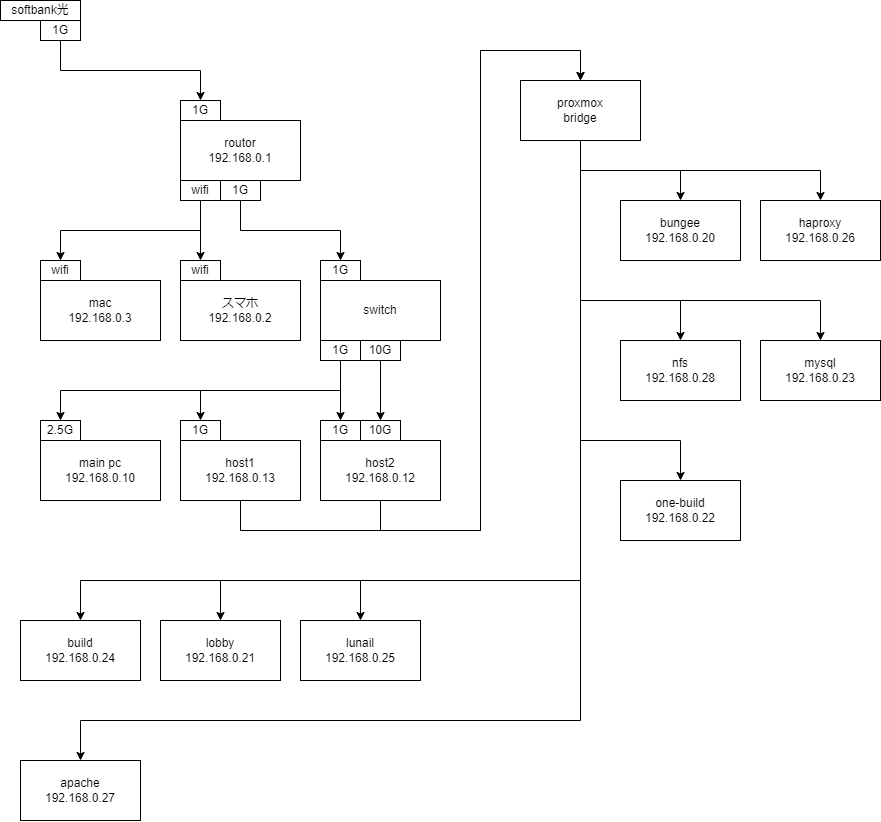
Before: config/ipConfig.drawio.png, a diagram exported from draw.io (kigawa01/kigawa01). Source tidied: cells renumbered, new cells last; positions are measured from the earlier drawing's top-left corner, leaving out a move shared by most shapes. Its diagram source:
```xml
<mxGraphModel>
  <root>
    <mxCell id="0" />
    <mxCell id="1" parent="0" />
    <mxCell id="2" style="group;" parent="1" vertex="1">
      <mxGeometry width="80" height="40" as="geometry" />
    </mxCell>
    <mxCell id="3" value="softbank光" style="rounded=0;whiteSpace=wrap;html=1;" parent="2" vertex="1">
      <mxGeometry width="80" height="20" as="geometry" />
    </mxCell>
    <mxCell id="4" value="1G" style="rounded=0;whiteSpace=wrap;html=1;" parent="2" vertex="1">
      <mxGeometry x="40" y="20" width="40" height="20" as="geometry" />
    </mxCell>
    <mxCell id="5" style="group;" parent="1" vertex="1">
      <mxGeometry x="320" y="260" width="120" height="100" as="geometry" />
    </mxCell>
    <mxCell id="6" value="1G" style="rounded=0;whiteSpace=wrap;html=1;" parent="5" vertex="1">
      <mxGeometry width="40" height="20" as="geometry" />
    </mxCell>
    <mxCell id="7" value="1G" style="rounded=0;whiteSpace=wrap;html=1;" parent="5" vertex="1">
      <mxGeometry y="80" width="40" height="20" as="geometry" />
    </mxCell>
    <mxCell id="8" value="10G" style="rounded=0;whiteSpace=wrap;html=1;" parent="5" vertex="1">
      <mxGeometry x="40" y="80" width="40" height="20" as="geometry" />
    </mxCell>
    <mxCell id="9" value="switch" style="rounded=0;whiteSpace=wrap;html=1;" parent="5" vertex="1">
      <mxGeometry y="20" width="120" height="60" as="geometry" />
    </mxCell>
    <mxCell id="10" style="group;" parent="1" vertex="1">
      <mxGeometry x="40" y="260" width="120" height="80" as="geometry" />
    </mxCell>
    <mxCell id="11" value="mac&lt;br&gt;192.168.0.3" style="rounded=0;whiteSpace=wrap;html=1;" parent="10" vertex="1">
      <mxGeometry y="20" width="120" height="60" as="geometry" />
    </mxCell>
    <mxCell id="12" value="wifi" style="rounded=0;whiteSpace=wrap;html=1;" parent="10" vertex="1">
      <mxGeometry width="40" height="20" as="geometry" />
    </mxCell>
    <mxCell id="13" style="group;" parent="1" vertex="1">
      <mxGeometry x="180" y="260" width="120" height="80" as="geometry" />
    </mxCell>
    <mxCell id="14" value="スマホ&lt;br&gt;192.168.0.2" style="rounded=0;whiteSpace=wrap;html=1;" parent="13" vertex="1">
      <mxGeometry y="20" width="120" height="60" as="geometry" />
    </mxCell>
    <mxCell id="15" value="wifi" style="rounded=0;whiteSpace=wrap;html=1;" parent="13" vertex="1">
      <mxGeometry width="40" height="20" as="geometry" />
    </mxCell>
    <mxCell id="16" style="group;" parent="1" vertex="1">
      <mxGeometry x="40" y="420" width="120" height="80" as="geometry" />
    </mxCell>
    <mxCell id="17" value="main pc&lt;br&gt;192.168.0.10" style="rounded=0;whiteSpace=wrap;html=1;" parent="16" vertex="1">
      <mxGeometry y="20" width="120" height="60" as="geometry" />
    </mxCell>
    <mxCell id="18" value="2.5G" style="rounded=0;whiteSpace=wrap;html=1;" parent="16" vertex="1">
      <mxGeometry width="40" height="20" as="geometry" />
    </mxCell>
    <mxCell id="19" style="group;" parent="1" vertex="1">
      <mxGeometry x="180" y="420" width="120" height="80" as="geometry" />
    </mxCell>
    <mxCell id="20" value="host1&lt;br&gt;192.168.0.13" style="rounded=0;whiteSpace=wrap;html=1;" parent="19" vertex="1">
      <mxGeometry y="20" width="120" height="60" as="geometry" />
    </mxCell>
    <mxCell id="21" value="1G" style="rounded=0;whiteSpace=wrap;html=1;" parent="19" vertex="1">
      <mxGeometry width="40" height="20" as="geometry" />
    </mxCell>
    <mxCell id="22" style="group;" parent="1" vertex="1">
      <mxGeometry x="320" y="420" width="120" height="80" as="geometry" />
    </mxCell>
    <mxCell id="23" value="host2&lt;br&gt;192.168.0.12" style="rounded=0;whiteSpace=wrap;html=1;" parent="22" vertex="1">
      <mxGeometry y="20" width="120" height="60" as="geometry" />
    </mxCell>
    <mxCell id="24" value="1G" style="rounded=0;whiteSpace=wrap;html=1;" parent="22" vertex="1">
      <mxGeometry width="40" height="20" as="geometry" />
    </mxCell>
    <mxCell id="25" value="10G" style="rounded=0;whiteSpace=wrap;html=1;" parent="22" vertex="1">
      <mxGeometry x="40" width="40" height="20" as="geometry" />
    </mxCell>
    <mxCell id="26" style="group;" parent="1" vertex="1">
      <mxGeometry x="180" y="100" width="120" height="100" as="geometry" />
    </mxCell>
    <mxCell id="27" value="1G" style="rounded=0;whiteSpace=wrap;html=1;" parent="26" vertex="1">
      <mxGeometry width="40" height="20" as="geometry" />
    </mxCell>
    <mxCell id="28" value="routor&lt;br&gt;192.168.0.1" style="rounded=0;whiteSpace=wrap;html=1;" parent="26" vertex="1">
      <mxGeometry y="20" width="120" height="60" as="geometry" />
    </mxCell>
    <mxCell id="29" value="wifi" style="rounded=0;whiteSpace=wrap;html=1;" parent="26" vertex="1">
      <mxGeometry y="80" width="40" height="20" as="geometry" />
    </mxCell>
    <mxCell id="30" value="1G" style="rounded=0;whiteSpace=wrap;html=1;" parent="26" vertex="1">
      <mxGeometry x="40" y="80" width="40" height="20" as="geometry" />
    </mxCell>
    <mxCell id="31" style="edgeStyle=orthogonalEdgeStyle;html=1;exitX=0.5;exitY=1;exitDx=0;exitDy=0;entryX=0.5;entryY=0;entryDx=0;entryDy=0;rounded=0;" parent="1" edge="1" source="4" target="27">
      <mxGeometry relative="1" as="geometry" />
    </mxCell>
    <mxCell id="32" style="edgeStyle=orthogonalEdgeStyle;html=1;exitX=0.5;exitY=1;exitDx=0;exitDy=0;entryX=0.5;entryY=0;entryDx=0;entryDy=0;rounded=0;" parent="1" edge="1" source="29" target="12">
      <mxGeometry relative="1" as="geometry" />
    </mxCell>
    <mxCell id="33" style="edgeStyle=orthogonalEdgeStyle;html=1;exitX=0.5;exitY=1;exitDx=0;exitDy=0;entryX=0.5;entryY=0;entryDx=0;entryDy=0;rounded=0;" parent="1" edge="1" source="29" target="15">
      <mxGeometry relative="1" as="geometry" />
    </mxCell>
    <mxCell id="34" style="edgeStyle=orthogonalEdgeStyle;rounded=0;html=1;exitX=0.5;exitY=1;exitDx=0;exitDy=0;entryX=0.5;entryY=0;entryDx=0;entryDy=0;" parent="1" edge="1" source="30" target="6">
      <mxGeometry relative="1" as="geometry" />
    </mxCell>
    <mxCell id="35" style="edgeStyle=orthogonalEdgeStyle;rounded=0;html=1;exitX=0.5;exitY=1;exitDx=0;exitDy=0;" parent="1" edge="1" source="8" target="25">
      <mxGeometry relative="1" as="geometry" />
    </mxCell>
    <mxCell id="36" style="edgeStyle=orthogonalEdgeStyle;rounded=0;html=1;exitX=0.5;exitY=1;exitDx=0;exitDy=0;entryX=0.5;entryY=0;entryDx=0;entryDy=0;" parent="1" edge="1" source="7" target="24">
      <mxGeometry relative="1" as="geometry" />
    </mxCell>
    <mxCell id="37" style="edgeStyle=orthogonalEdgeStyle;rounded=0;html=1;exitX=0.5;exitY=1;exitDx=0;exitDy=0;" parent="1" edge="1" source="7" target="21">
      <mxGeometry relative="1" as="geometry" />
    </mxCell>
    <mxCell id="38" style="edgeStyle=orthogonalEdgeStyle;rounded=0;html=1;exitX=0.5;exitY=1;exitDx=0;exitDy=0;" parent="1" edge="1" source="7" target="18">
      <mxGeometry relative="1" as="geometry" />
    </mxCell>
    <mxCell id="39" style="edgeStyle=orthogonalEdgeStyle;rounded=0;html=1;exitX=0.5;exitY=1;exitDx=0;exitDy=0;" parent="1" edge="1" source="48" target="51">
      <mxGeometry relative="1" as="geometry" />
    </mxCell>
    <mxCell id="40" style="edgeStyle=orthogonalEdgeStyle;rounded=0;html=1;exitX=0.5;exitY=1;exitDx=0;exitDy=0;entryX=0.5;entryY=0;entryDx=0;entryDy=0;" parent="1" edge="1" source="48" target="56">
      <mxGeometry relative="1" as="geometry">
        <Array as="points">
          <mxPoint x="580" y="440" />
          <mxPoint x="680" y="440" />
        </Array>
      </mxGeometry>
    </mxCell>
    <mxCell id="41" style="edgeStyle=orthogonalEdgeStyle;rounded=0;html=1;exitX=0.5;exitY=1;exitDx=0;exitDy=0;" parent="1" edge="1" source="48" target="57">
      <mxGeometry relative="1" as="geometry">
        <Array as="points">
          <mxPoint x="580" y="300" />
          <mxPoint x="680" y="300" />
        </Array>
      </mxGeometry>
    </mxCell>
    <mxCell id="42" style="edgeStyle=orthogonalEdgeStyle;rounded=0;html=1;exitX=0.5;exitY=1;exitDx=0;exitDy=0;" parent="1" edge="1" source="48" target="52">
      <mxGeometry relative="1" as="geometry">
        <Array as="points">
          <mxPoint x="580" y="300" />
          <mxPoint x="820" y="300" />
        </Array>
      </mxGeometry>
    </mxCell>
    <mxCell id="43" style="edgeStyle=orthogonalEdgeStyle;rounded=0;html=1;exitX=0.5;exitY=1;exitDx=0;exitDy=0;" parent="1" edge="1" source="48" target="58">
      <mxGeometry relative="1" as="geometry" />
    </mxCell>
    <mxCell id="44" style="edgeStyle=orthogonalEdgeStyle;rounded=0;html=1;exitX=0.5;exitY=1;exitDx=0;exitDy=0;" parent="1" edge="1" source="48" target="54">
      <mxGeometry relative="1" as="geometry">
        <Array as="points">
          <mxPoint x="580" y="580" />
          <mxPoint x="80" y="580" />
        </Array>
      </mxGeometry>
    </mxCell>
    <mxCell id="45" style="edgeStyle=orthogonalEdgeStyle;rounded=0;html=1;exitX=0.5;exitY=1;exitDx=0;exitDy=0;" parent="1" edge="1" source="48" target="59">
      <mxGeometry relative="1" as="geometry">
        <Array as="points">
          <mxPoint x="580" y="580" />
          <mxPoint x="220" y="580" />
        </Array>
      </mxGeometry>
    </mxCell>
    <mxCell id="46" style="edgeStyle=orthogonalEdgeStyle;rounded=0;html=1;exitX=0.5;exitY=1;exitDx=0;exitDy=0;" parent="1" edge="1" source="48" target="53">
      <mxGeometry relative="1" as="geometry">
        <Array as="points">
          <mxPoint x="580" y="720" />
          <mxPoint x="80" y="720" />
        </Array>
      </mxGeometry>
    </mxCell>
    <mxCell id="47" style="edgeStyle=orthogonalEdgeStyle;rounded=0;html=1;exitX=0.5;exitY=1;exitDx=0;exitDy=0;" parent="1" edge="1" source="48" target="55">
      <mxGeometry relative="1" as="geometry">
        <Array as="points">
          <mxPoint x="580" y="580" />
          <mxPoint x="360" y="580" />
        </Array>
      </mxGeometry>
    </mxCell>
    <mxCell id="48" value="proxmox&lt;br&gt;bridge" style="rounded=0;whiteSpace=wrap;html=1;" parent="1" vertex="1">
      <mxGeometry x="520" y="80" width="120" height="60" as="geometry" />
    </mxCell>
    <mxCell id="49" style="edgeStyle=orthogonalEdgeStyle;rounded=0;html=1;exitX=0.5;exitY=1;exitDx=0;exitDy=0;entryX=0.5;entryY=0;entryDx=0;entryDy=0;" parent="1" edge="1" source="20" target="48">
      <mxGeometry relative="1" as="geometry">
        <Array as="points">
          <mxPoint x="240" y="530" />
          <mxPoint x="480" y="530" />
          <mxPoint x="480" y="50" />
          <mxPoint x="580" y="50" />
        </Array>
      </mxGeometry>
    </mxCell>
    <mxCell id="50" style="edgeStyle=orthogonalEdgeStyle;rounded=0;html=1;exitX=0.5;exitY=1;exitDx=0;exitDy=0;entryX=0.5;entryY=0;entryDx=0;entryDy=0;" parent="1" edge="1" source="23" target="48">
      <mxGeometry relative="1" as="geometry">
        <Array as="points">
          <mxPoint x="380" y="530" />
          <mxPoint x="480" y="530" />
          <mxPoint x="480" y="50" />
          <mxPoint x="580" y="50" />
        </Array>
      </mxGeometry>
    </mxCell>
    <mxCell id="51" value="bungee&lt;br&gt;192.168.0.20" style="rounded=0;whiteSpace=wrap;html=1;" parent="1" vertex="1">
      <mxGeometry x="620" y="200" width="120" height="60" as="geometry" />
    </mxCell>
    <mxCell id="52" value="mysql&lt;br&gt;192.168.0.23" style="rounded=0;whiteSpace=wrap;html=1;" parent="1" vertex="1">
      <mxGeometry x="760" y="340" width="120" height="60" as="geometry" />
    </mxCell>
    <mxCell id="53" value="apache&lt;br&gt;192.168.0.27" style="rounded=0;whiteSpace=wrap;html=1;" parent="1" vertex="1">
      <mxGeometry x="20" y="760" width="120" height="60" as="geometry" />
    </mxCell>
    <mxCell id="54" value="build&lt;br&gt;192.168.0.24" style="rounded=0;whiteSpace=wrap;html=1;" parent="1" vertex="1">
      <mxGeometry x="20" y="620" width="120" height="60" as="geometry" />
    </mxCell>
    <mxCell id="55" value="lunail&lt;br&gt;192.168.0.25" style="rounded=0;whiteSpace=wrap;html=1;" parent="1" vertex="1">
      <mxGeometry x="300" y="620" width="120" height="60" as="geometry" />
    </mxCell>
    <mxCell id="56" value="one-build&lt;br&gt;192.168.0.22" style="rounded=0;whiteSpace=wrap;html=1;" parent="1" vertex="1">
      <mxGeometry x="620" y="480" width="120" height="60" as="geometry" />
    </mxCell>
    <mxCell id="57" value="nfs&lt;br&gt;192.168.0.28" style="rounded=0;whiteSpace=wrap;html=1;" parent="1" vertex="1">
      <mxGeometry x="620" y="340" width="120" height="60" as="geometry" />
    </mxCell>
    <mxCell id="58" value="haproxy&lt;br&gt;192.168.0.26" style="rounded=0;whiteSpace=wrap;html=1;" parent="1" vertex="1">
      <mxGeometry x="760" y="200" width="120" height="60" as="geometry" />
    </mxCell>
    <mxCell id="59" value="lobby&lt;br&gt;192.168.0.21" style="rounded=0;whiteSpace=wrap;html=1;" parent="1" vertex="1">
      <mxGeometry x="160" y="620" width="120" height="60" as="geometry" />
    </mxCell>
  </root>
</mxGraphModel>
```
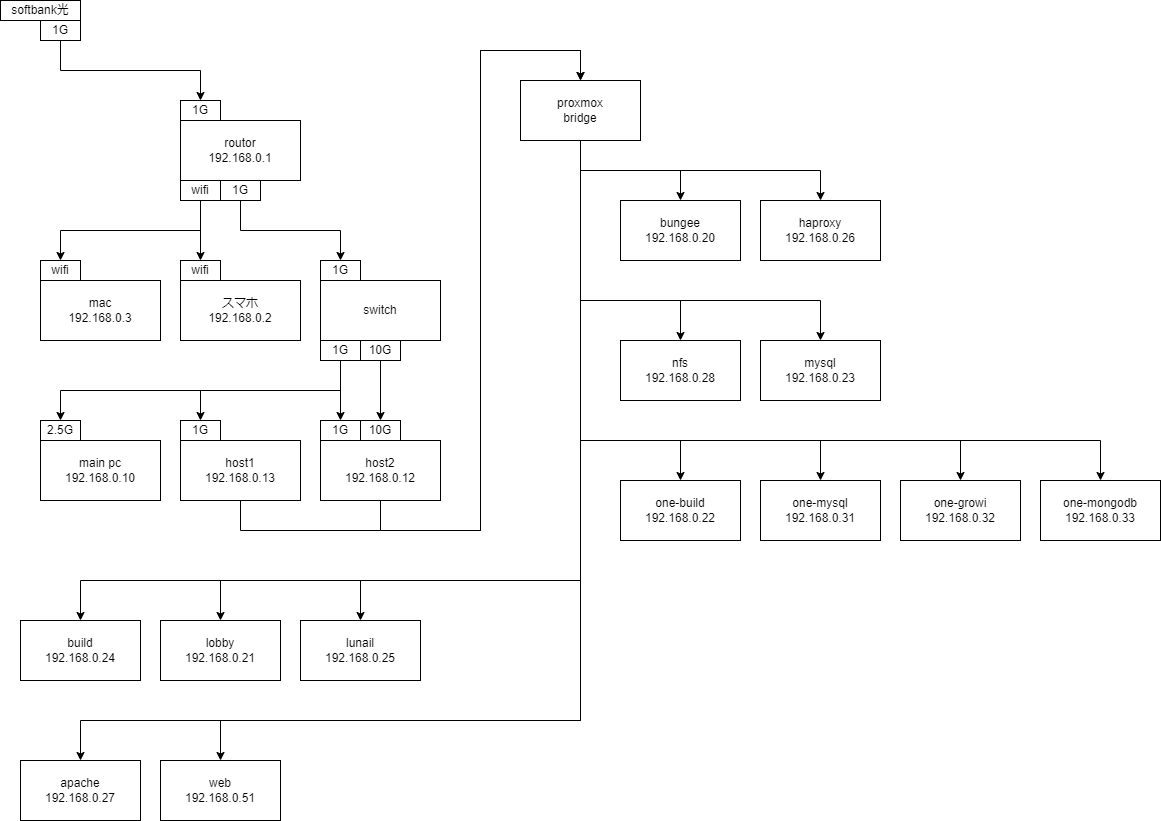
The same diagram one commit later.

Change to the diagram source:
```diff
@@ -175,6 +175,38 @@
         </Array>
       </mxGeometry>
     </mxCell>
+    <mxCell id="60" style="edgeStyle=orthogonalEdgeStyle;rounded=0;html=1;exitX=0.5;exitY=1;exitDx=0;exitDy=0;" parent="1" edge="1" source="48" target="64">
+      <mxGeometry relative="1" as="geometry">
+        <Array as="points">
+          <mxPoint x="580" y="440" />
+          <mxPoint x="820" y="440" />
+        </Array>
+      </mxGeometry>
+    </mxCell>
+    <mxCell id="61" style="edgeStyle=orthogonalEdgeStyle;rounded=0;html=1;exitX=0.5;exitY=1;exitDx=0;exitDy=0;" parent="1" edge="1" source="48" target="65">
+      <mxGeometry relative="1" as="geometry">
+        <Array as="points">
+          <mxPoint x="580" y="440" />
+          <mxPoint x="960" y="440" />
+        </Array>
+      </mxGeometry>
+    </mxCell>
+    <mxCell id="62" style="edgeStyle=orthogonalEdgeStyle;rounded=0;html=1;exitX=0.5;exitY=1;exitDx=0;exitDy=0;" parent="1" edge="1" source="48" target="66">
+      <mxGeometry relative="1" as="geometry">
+        <Array as="points">
+          <mxPoint x="580" y="440" />
+          <mxPoint x="1100" y="440" />
+        </Array>
+      </mxGeometry>
+    </mxCell>
+    <mxCell id="63" style="edgeStyle=orthogonalEdgeStyle;rounded=0;html=1;exitX=0.5;exitY=1;exitDx=0;exitDy=0;" parent="1" edge="1" source="48" target="67">
+      <mxGeometry relative="1" as="geometry">
+        <Array as="points">
+          <mxPoint x="580" y="720" />
+          <mxPoint x="220" y="720" />
+        </Array>
+      </mxGeometry>
+    </mxCell>
     <mxCell id="48" value="proxmox&lt;br&gt;bridge" style="rounded=0;whiteSpace=wrap;html=1;" parent="1" vertex="1">
       <mxGeometry x="520" y="80" width="120" height="60" as="geometry" />
     </mxCell>
@@ -225,5 +257,17 @@
     <mxCell id="59" value="lobby&lt;br&gt;192.168.0.21" style="rounded=0;whiteSpace=wrap;html=1;" parent="1" vertex="1">
       <mxGeometry x="160" y="620" width="120" height="60" as="geometry" />
     </mxCell>
+    <mxCell id="64" value="one-mysql&lt;br&gt;192.168.0.31" style="rounded=0;whiteSpace=wrap;html=1;" parent="1" vertex="1">
+      <mxGeometry x="760" y="480" width="120" height="60" as="geometry" />
+    </mxCell>
+    <mxCell id="65" value="one-growi&lt;br&gt;192.168.0.32" style="rounded=0;whiteSpace=wrap;html=1;" parent="1" vertex="1">
+      <mxGeometry x="900" y="480" width="120" height="60" as="geometry" />
+    </mxCell>
+    <mxCell id="66" value="one-mongodb&lt;br&gt;192.168.0.33" style="rounded=0;whiteSpace=wrap;html=1;" parent="1" vertex="1">
+      <mxGeometry x="1040" y="480" width="120" height="60" as="geometry" />
+    </mxCell>
+    <mxCell id="67" value="web&lt;br&gt;192.168.0.51" style="rounded=0;whiteSpace=wrap;html=1;" parent="1" vertex="1">
+      <mxGeometry x="160" y="760" width="120" height="60" as="geometry" />
+    </mxCell>
   </root>
 </mxGraphModel>
```
